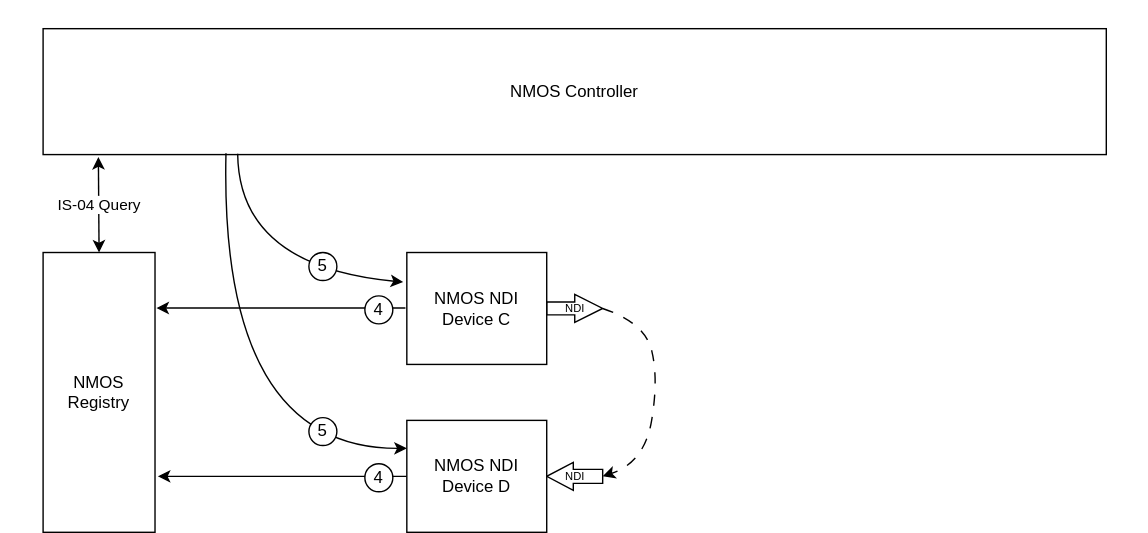
The draw.io diagram docs/images/NMOS-NDI-UseCase4-drawio.svg in AMWA-TV/bcp-007-01, before a commit. Source tidied: cells renumbered, new cells last; positions are measured from the earlier drawing's top-left corner, leaving out a move shared by most shapes.
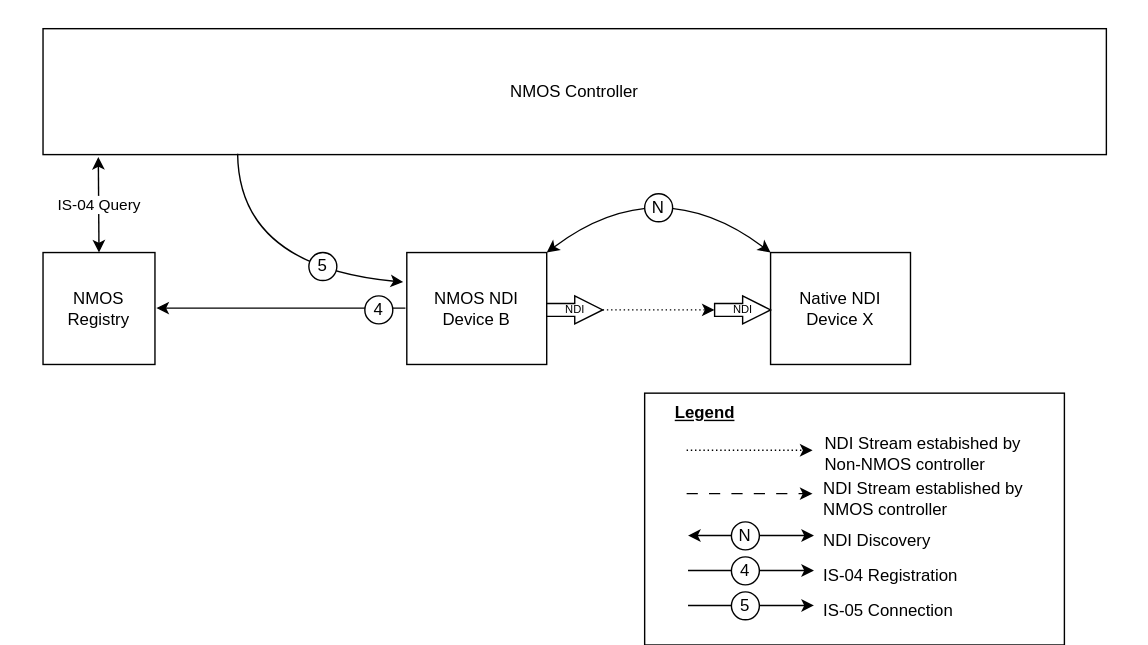
Above is the later version.

What changed in the source:
```diff
@@ -6,7 +6,7 @@
       <mxGeometry x="30" y="20" width="760" height="90" as="geometry" />
     </mxCell>
     <mxCell id="3" value="NMOS&lt;br&gt;Registry" style="rounded=0;whiteSpace=wrap;html=1;" parent="1" vertex="1">
-      <mxGeometry x="30" y="180" width="80" height="200" as="geometry" />
+      <mxGeometry x="30" y="180" width="80" height="80" as="geometry" />
     </mxCell>
     <mxCell id="4" style="endArrow=classic;startArrow=classic;html=1;rounded=0;exitX=0.5;exitY=0;exitDx=0;exitDy=0;entryX=0.052;entryY=1.019;entryDx=0;entryDy=0;entryPerimeter=0;" parent="1" edge="1" source="3" target="2">
       <mxGeometry relative="1" as="geometry" />
@@ -14,6 +14,12 @@
     <mxCell id="5" value="IS-04 Query" style="edgeLabel;html=1;align=center;verticalAlign=middle;" parent="4" vertex="1">
       <mxGeometry x="0.01" relative="1" as="geometry" />
     </mxCell>
+    <mxCell id="20" value="Native NDI Device X" style="rounded=0;whiteSpace=wrap;html=1;" parent="1" vertex="1">
+      <mxGeometry x="550" y="180" width="100" height="80" as="geometry" />
+    </mxCell>
+    <mxCell id="21" value="NMOS NDI Device B" style="rounded=0;whiteSpace=wrap;html=1;" parent="1" vertex="1">
+      <mxGeometry x="290" y="180" width="100" height="80" as="geometry" />
+    </mxCell>
     <mxCell id="6" style="endArrow=classic;html=1;rounded=0;entryX=1;entryY=0.5;entryDx=0;entryDy=0;startArrow=none;startFill=0;exitX=-0.016;exitY=0.804;exitDx=0;exitDy=0;exitPerimeter=0;" parent="1" edge="1">
       <mxGeometry relative="1" as="geometry">
         <mxPoint x="289" y="219.7" as="sourcePoint" />
@@ -28,55 +34,96 @@
         </Array>
       </mxGeometry>
     </mxCell>
-    <mxCell id="8" style="curved=1;endArrow=classic;html=1;rounded=0;exitX=0.172;exitY=0.989;exitDx=0;exitDy=0;exitPerimeter=0;entryX=0;entryY=0.25;entryDx=0;entryDy=0;" parent="1" edge="1" source="2">
-      <mxGeometry relative="1" as="geometry">
-        <mxPoint x="290" y="320" as="targetPoint" />
-        <Array as="points">
-          <mxPoint x="156" y="320" />
-        </Array>
-      </mxGeometry>
-    </mxCell>
-    <mxCell id="9" value="NDI" style="html=1;shadow=0;dashed=0;align=center;verticalAlign=middle;shape=mxgraph.arrows2.arrow;dy=0.54;dx=19.97;notch=0;fontSize=8;" parent="1" vertex="1">
-      <mxGeometry x="390" y="210" width="40" height="20" as="geometry" />
-    </mxCell>
-    <mxCell id="10" value="NDI" style="html=1;shadow=0;dashed=0;align=center;verticalAlign=middle;shape=mxgraph.arrows2.arrow;dy=0.5;dx=19;flipH=1;notch=0;fontSize=8;" parent="1" vertex="1">
-      <mxGeometry x="390" y="330" width="40" height="20" as="geometry" />
-    </mxCell>
-    <mxCell id="11" style="endArrow=classic;html=1;rounded=0;entryX=1;entryY=0.5;entryDx=0;entryDy=0;startArrow=none;startFill=0;exitX=-0.016;exitY=0.804;exitDx=0;exitDy=0;exitPerimeter=0;" parent="1" edge="1">
-      <mxGeometry relative="1" as="geometry">
-        <mxPoint x="290" y="340" as="sourcePoint" />
-        <mxPoint x="112" y="340" as="targetPoint" />
-      </mxGeometry>
-    </mxCell>
+    <mxCell id="22" value="NDI" style="html=1;shadow=0;dashed=0;align=center;verticalAlign=middle;shape=mxgraph.arrows2.arrow;dy=0.54;dx=19.97;notch=0;fontSize=8;" parent="1" vertex="1">
+      <mxGeometry x="510" y="211" width="40" height="20" as="geometry" />
+    </mxCell>
     <mxCell id="12" style="rounded=0;whiteSpace=wrap;html=1;strokeColor=none;fillColor=none;" parent="1" vertex="1">
       <mxGeometry width="820" height="10" as="geometry" />
     </mxCell>
-    <mxCell id="13" value="NMOS NDI Device C" style="rounded=0;whiteSpace=wrap;html=1;" parent="1" vertex="1">
-      <mxGeometry x="290" y="180" width="100" height="80" as="geometry" />
-    </mxCell>
-    <mxCell id="14" value="NMOS NDI Device D" style="rounded=0;whiteSpace=wrap;html=1;" parent="1" vertex="1">
-      <mxGeometry x="290" y="300" width="100" height="80" as="geometry" />
-    </mxCell>
-    <mxCell id="15" style="curved=1;endArrow=classic;html=1;rounded=0;exitX=1;exitY=0.5;exitDx=0;exitDy=0;exitPerimeter=0;entryX=0;entryY=0.5;entryDx=0;entryDy=0;entryPerimeter=0;dashed=1;dashPattern=8 8;" parent="1" edge="1" source="9" target="10">
-      <mxGeometry relative="1" as="geometry">
-        <Array as="points">
-          <mxPoint x="460" y="230" />
-          <mxPoint x="470" y="270" />
-          <mxPoint x="460" y="330" />
-        </Array>
-      </mxGeometry>
-    </mxCell>
+    <mxCell id="23" value="NDI" style="html=1;shadow=0;dashed=0;align=center;verticalAlign=middle;shape=mxgraph.arrows2.arrow;dy=0.54;dx=19.97;notch=0;fontSize=8;" parent="1" vertex="1">
+      <mxGeometry x="390" y="211" width="40" height="20" as="geometry" />
+    </mxCell>
+    <mxCell id="24" style="endArrow=classic;html=1;rounded=0;entryX=0;entryY=0.5;entryDx=0;entryDy=0;entryPerimeter=0;exitX=1;exitY=0.5;exitDx=0;exitDy=0;exitPerimeter=0;dashed=1;dashPattern=1 2;" parent="1" edge="1" source="23" target="22">
+      <mxGeometry relative="1" as="geometry" />
+    </mxCell>
+    <mxCell id="25" style="curved=1;endArrow=classic;html=1;rounded=0;exitX=1;exitY=0;exitDx=0;exitDy=0;entryX=0;entryY=0;entryDx=0;entryDy=0;startArrow=classic;startFill=1;" parent="1" edge="1" source="21" target="20">
+      <mxGeometry relative="1" as="geometry">
+        <Array as="points">
+          <mxPoint x="470" y="120" />
+        </Array>
+      </mxGeometry>
+    </mxCell>
+    <mxCell id="26" value="N" style="ellipse;whiteSpace=wrap;html=1;" parent="1" vertex="1">
+      <mxGeometry x="460" y="138" width="20" height="20" as="geometry" />
+    </mxCell>
     <mxCell id="16" value="4" style="ellipse;whiteSpace=wrap;html=1;" parent="1" vertex="1">
       <mxGeometry x="260" y="211" width="20" height="20" as="geometry" />
     </mxCell>
+    <mxCell id="19" value="5" style="ellipse;whiteSpace=wrap;html=1;" parent="1" vertex="1">
+      <mxGeometry x="220" y="180" width="20" height="20" as="geometry" />
+    </mxCell>
+    <mxCell id="27" style="group;" parent="1" vertex="1">
+      <mxGeometry x="460" y="280" width="300" height="180.5" as="geometry" />
+    </mxCell>
+    <mxCell id="28" style="rounded=0;whiteSpace=wrap;html=1;" parent="27" vertex="1">
+      <mxGeometry y="0.5" width="300" height="180" as="geometry" />
+    </mxCell>
+    <mxCell id="29" style="endArrow=classic;startArrow=none;html=1;rounded=0;startFill=0;dashed=1;dashPattern=1 2;" parent="27" edge="1">
+      <mxGeometry relative="1" as="geometry">
+        <mxPoint x="30" y="41.3" as="sourcePoint" />
+        <mxPoint x="120" y="41.3" as="targetPoint" />
+      </mxGeometry>
+    </mxCell>
+    <mxCell id="30" value="Legend" style="text;strokeColor=none;align=left;fillColor=none;html=1;verticalAlign=middle;whiteSpace=wrap;rounded=0;fontStyle=5;" parent="27" vertex="1">
+      <mxGeometry x="20" width="162" height="30" as="geometry" />
+    </mxCell>
+    <mxCell id="31" value="NDI Stream established by NMOS controller" style="text;strokeColor=none;align=left;fillColor=none;html=1;verticalAlign=middle;whiteSpace=wrap;rounded=0;" parent="27" vertex="1">
+      <mxGeometry x="126" y="60.5" width="172" height="30" as="geometry" />
+    </mxCell>
+    <mxCell id="32" style="endArrow=classic;startArrow=none;html=1;rounded=0;startFill=0;dashed=1;dashPattern=8 8;" parent="27" edge="1">
+      <mxGeometry relative="1" as="geometry">
+        <mxPoint x="30" y="72.3" as="sourcePoint" />
+        <mxPoint x="120" y="72.3" as="targetPoint" />
+      </mxGeometry>
+    </mxCell>
+    <mxCell id="33" value="NDI Discovery" style="text;strokeColor=none;align=left;fillColor=none;html=1;verticalAlign=middle;whiteSpace=wrap;rounded=0;" parent="27" vertex="1">
+      <mxGeometry x="126" y="90.5" width="130" height="30" as="geometry" />
+    </mxCell>
+    <mxCell id="34" style="endArrow=classic;startArrow=classic;html=1;rounded=0;startFill=1;" parent="27" edge="1">
+      <mxGeometry relative="1" as="geometry">
+        <mxPoint x="31" y="102.3" as="sourcePoint" />
+        <mxPoint x="121" y="102.3" as="targetPoint" />
+      </mxGeometry>
+    </mxCell>
+    <mxCell id="35" value="N" style="ellipse;whiteSpace=wrap;html=1;" parent="27" vertex="1">
+      <mxGeometry x="62" y="92.5" width="20" height="20" as="geometry" />
+    </mxCell>
+    <mxCell id="36" value="IS-04 Registration" style="text;strokeColor=none;align=left;fillColor=none;html=1;verticalAlign=middle;whiteSpace=wrap;rounded=0;" parent="27" vertex="1">
+      <mxGeometry x="126" y="115.5" width="130" height="30" as="geometry" />
+    </mxCell>
+    <mxCell id="37" style="endArrow=classic;startArrow=none;html=1;rounded=0;startFill=0;" parent="27" edge="1">
+      <mxGeometry relative="1" as="geometry">
+        <mxPoint x="31" y="127.3" as="sourcePoint" />
+        <mxPoint x="121" y="127.3" as="targetPoint" />
+      </mxGeometry>
+    </mxCell>
-    <mxCell id="17" value="4" style="ellipse;whiteSpace=wrap;html=1;" parent="1" vertex="1">
-      <mxGeometry x="260" y="331" width="20" height="20" as="geometry" />
+    <mxCell id="17" value="4" style="ellipse;whiteSpace=wrap;html=1;" parent="27" vertex="1">
+      <mxGeometry x="62" y="117.5" width="20" height="20" as="geometry" />
     </mxCell>
+    <mxCell id="38" value="IS-05 Connection" style="text;strokeColor=none;align=left;fillColor=none;html=1;verticalAlign=middle;whiteSpace=wrap;rounded=0;" parent="27" vertex="1">
+      <mxGeometry x="126" y="140.5" width="130" height="30" as="geometry" />
+    </mxCell>
+    <mxCell id="39" style="endArrow=classic;startArrow=none;html=1;rounded=0;startFill=0;" parent="27" edge="1">
+      <mxGeometry relative="1" as="geometry">
+        <mxPoint x="31" y="152.3" as="sourcePoint" />
+        <mxPoint x="121" y="152.3" as="targetPoint" />
+      </mxGeometry>
+    </mxCell>
-    <mxCell id="18" value="5" style="ellipse;whiteSpace=wrap;html=1;" parent="1" vertex="1">
-      <mxGeometry x="220" y="298" width="20" height="20" as="geometry" />
+    <mxCell id="18" value="5" style="ellipse;whiteSpace=wrap;html=1;" parent="27" vertex="1">
+      <mxGeometry x="62" y="142.5" width="20" height="20" as="geometry" />
     </mxCell>
-    <mxCell id="19" value="5" style="ellipse;whiteSpace=wrap;html=1;" parent="1" vertex="1">
-      <mxGeometry x="220" y="180" width="20" height="20" as="geometry" />
-    </mxCell>
+    <mxCell id="40" value="NDI Stream estabished by Non-NMOS controller" style="text;strokeColor=none;align=left;fillColor=none;html=1;verticalAlign=middle;whiteSpace=wrap;rounded=0;" parent="27" vertex="1">
+      <mxGeometry x="127" y="28.5" width="162" height="30" as="geometry" />
+    </mxCell>
   </root>
 </mxGraphModel>
```
